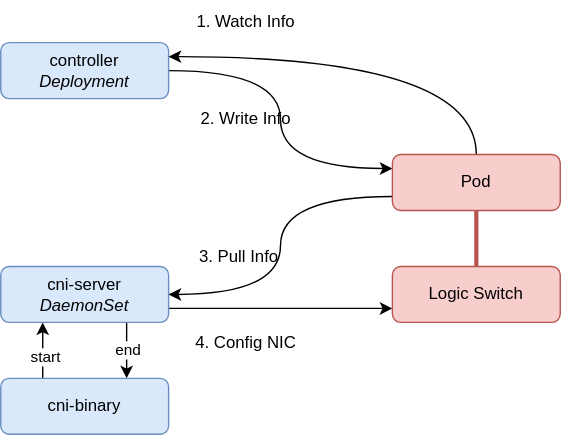
Earlier version of the draw.io export docs/architecture.drawio.svg (breeve/cloudovn). Source tidied: cells renumbered, new cells last; positions are measured from the earlier drawing's top-left corner, leaving out a move shared by most shapes. Its diagram source:
```xml
<mxGraphModel>
  <root>
    <mxCell id="0" />
    <mxCell id="1" parent="0" />
    <mxCell id="2" style="edgeStyle=none;html=1;exitX=0.75;exitY=1;exitDx=0;exitDy=0;entryX=0.75;entryY=0;entryDx=0;entryDy=0;" parent="1" edge="1" source="5" target="8">
      <mxGeometry relative="1" as="geometry" />
    </mxCell>
    <mxCell id="3" value="end" style="edgeLabel;html=1;align=center;verticalAlign=middle;" parent="2" vertex="1">
      <mxGeometry x="-0.05" relative="1" as="geometry" />
    </mxCell>
    <mxCell id="4" style="edgeStyle=none;html=1;exitX=1;exitY=0.75;exitDx=0;exitDy=0;entryX=0;entryY=0.75;entryDx=0;entryDy=0;" parent="1" edge="1" source="5" target="18">
      <mxGeometry relative="1" as="geometry" />
    </mxCell>
    <mxCell id="5" value="&lt;span style=&quot;color: rgb(0, 0, 0);&quot;&gt;cni-server&lt;/span&gt;&lt;div&gt;&lt;span style=&quot;color: rgb(0, 0, 0);&quot;&gt;&lt;i&gt;DaemonSet&lt;/i&gt;&lt;/span&gt;&lt;/div&gt;" style="rounded=1;whiteSpace=wrap;html=1;fillColor=#dae8fc;strokeColor=#6c8ebf;" parent="1" vertex="1">
      <mxGeometry y="190" width="120" height="40" as="geometry" />
    </mxCell>
    <mxCell id="6" style="edgeStyle=none;html=1;exitX=0.25;exitY=0;exitDx=0;exitDy=0;entryX=0.25;entryY=1;entryDx=0;entryDy=0;" parent="1" edge="1" source="8" target="5">
      <mxGeometry relative="1" as="geometry" />
    </mxCell>
    <mxCell id="7" value="start" style="edgeLabel;html=1;align=center;verticalAlign=middle;" parent="6" vertex="1">
      <mxGeometry x="-0.2" y="-1" relative="1" as="geometry" />
    </mxCell>
    <mxCell id="8" value="cni-binary" style="rounded=1;whiteSpace=wrap;html=1;fillColor=#dae8fc;strokeColor=#6c8ebf;" parent="1" vertex="1">
      <mxGeometry y="270" width="120" height="40" as="geometry" />
    </mxCell>
    <mxCell id="9" style="edgeStyle=orthogonalEdgeStyle;html=1;exitX=1;exitY=0.5;exitDx=0;exitDy=0;entryX=0;entryY=0.25;entryDx=0;entryDy=0;curved=1;startArrow=none;startFill=0;" parent="1" edge="1" source="10" target="14">
      <mxGeometry relative="1" as="geometry" />
    </mxCell>
    <mxCell id="10" value="&lt;span style=&quot;color: rgb(0, 0, 0);&quot;&gt;controller&lt;/span&gt;&lt;div&gt;&lt;span style=&quot;color: rgb(0, 0, 0);&quot;&gt;&lt;i&gt;Deployment&lt;/i&gt;&lt;/span&gt;&lt;/div&gt;" style="rounded=1;whiteSpace=wrap;html=1;fillColor=#dae8fc;strokeColor=#6c8ebf;" parent="1" vertex="1">
      <mxGeometry y="30" width="120" height="40" as="geometry" />
    </mxCell>
    <mxCell id="11" style="edgeStyle=orthogonalEdgeStyle;html=1;exitX=0;exitY=0.75;exitDx=0;exitDy=0;entryX=1;entryY=0.5;entryDx=0;entryDy=0;curved=1;" parent="1" edge="1" source="14" target="5">
      <mxGeometry relative="1" as="geometry" />
    </mxCell>
    <mxCell id="12" style="edgeStyle=orthogonalEdgeStyle;html=1;exitX=0.5;exitY=0;exitDx=0;exitDy=0;entryX=1;entryY=0.25;entryDx=0;entryDy=0;curved=1;" parent="1" edge="1" source="14" target="10">
      <mxGeometry relative="1" as="geometry" />
    </mxCell>
    <mxCell id="13" style="edgeStyle=none;html=1;exitX=0.5;exitY=1;exitDx=0;exitDy=0;startArrow=none;startFill=0;fillColor=#f8cecc;strokeColor=#b85450;strokeWidth=3;endArrow=none;endFill=0;" parent="1" edge="1" source="14" target="18">
      <mxGeometry relative="1" as="geometry" />
    </mxCell>
    <mxCell id="14" value="&lt;span style=&quot;color: rgb(0, 0, 0);&quot;&gt;Pod&lt;/span&gt;" style="rounded=1;whiteSpace=wrap;html=1;fillColor=#f8cecc;strokeColor=#b85450;" parent="1" vertex="1">
      <mxGeometry x="280" y="110" width="120" height="40" as="geometry" />
    </mxCell>
    <mxCell id="15" value="3. Pull Info" style="text;html=1;align=center;verticalAlign=middle;strokeColor=none;fillColor=none;" parent="1" vertex="1">
      <mxGeometry x="130" y="168" width="80" height="30" as="geometry" />
    </mxCell>
    <mxCell id="16" value="2. Write Info" style="text;html=1;align=center;verticalAlign=middle;strokeColor=none;fillColor=none;" parent="1" vertex="1">
      <mxGeometry x="130" y="70" width="90" height="30" as="geometry" />
    </mxCell>
    <mxCell id="17" value="1. Watch Info" style="text;html=1;align=center;verticalAlign=middle;strokeColor=none;fillColor=none;" parent="1" vertex="1">
      <mxGeometry x="130" width="90" height="30" as="geometry" />
    </mxCell>
    <mxCell id="18" value="Logic Switch" style="rounded=1;whiteSpace=wrap;html=1;fillColor=#f8cecc;strokeColor=#b85450;" parent="1" vertex="1">
      <mxGeometry x="280" y="190" width="120" height="40" as="geometry" />
    </mxCell>
    <mxCell id="19" value="4. Config NIC" style="text;html=1;align=center;verticalAlign=middle;strokeColor=none;fillColor=none;" parent="1" vertex="1">
      <mxGeometry x="125" y="230" width="100" height="30" as="geometry" />
    </mxCell>
  </root>
</mxGraphModel>
```
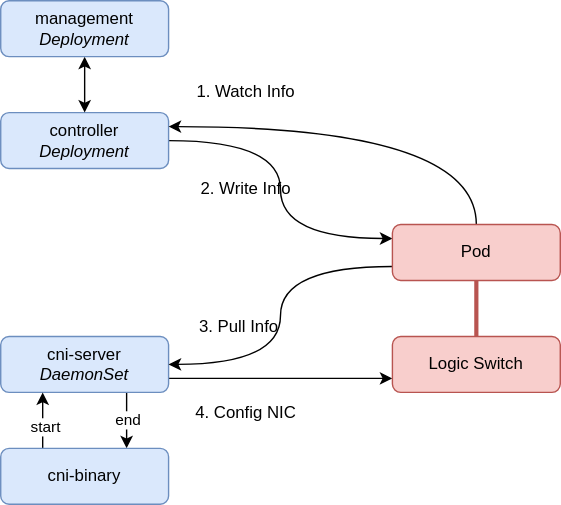
The same file after the commit.

Commit message:
arch: management

Change to the diagram source:
```diff
@@ -56,5 +56,11 @@
     <mxCell id="19" value="4. Config NIC" style="text;html=1;align=center;verticalAlign=middle;strokeColor=none;fillColor=none;" parent="1" vertex="1">
       <mxGeometry x="125" y="230" width="100" height="30" as="geometry" />
     </mxCell>
+    <mxCell id="20" style="edgeStyle=none;html=1;exitX=0.5;exitY=1;exitDx=0;exitDy=0;entryX=0.5;entryY=0;entryDx=0;entryDy=0;startArrow=classic;startFill=1;" parent="1" edge="1" source="21" target="10">
+      <mxGeometry relative="1" as="geometry" />
+    </mxCell>
+    <mxCell id="21" value="&lt;span style=&quot;color: rgb(0, 0, 0);&quot;&gt;management&lt;/span&gt;&lt;div&gt;&lt;span style=&quot;color: rgb(0, 0, 0);&quot;&gt;&lt;i&gt;Deployment&lt;/i&gt;&lt;/span&gt;&lt;/div&gt;" style="rounded=1;whiteSpace=wrap;html=1;fillColor=#dae8fc;strokeColor=#6c8ebf;" parent="1" vertex="1">
+      <mxGeometry y="-50" width="120" height="40" as="geometry" />
+    </mxCell>
   </root>
 </mxGraphModel>
```
